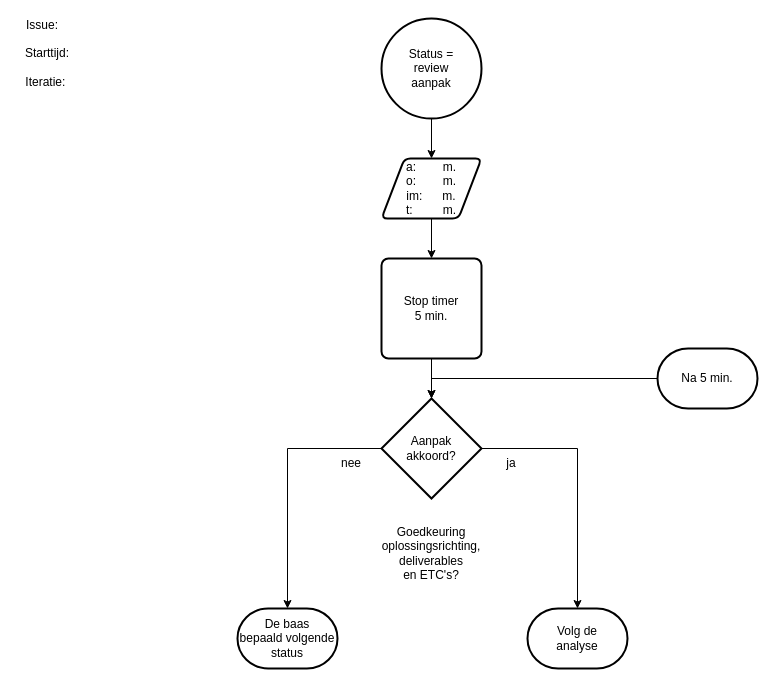
Above: 2 Issue Tracker review aanpak.drawio in Zaibatsu89/IssueTracker (draw.io), before the change. Source tidied: cells renumbered, new cells numbered last; positions are measured from the earlier drawing's top-left corner, leaving out a move shared by most shapes. Both pictures are drawn from the tidied source at 100%, with x=0, y=0 at pixel (17, 18).
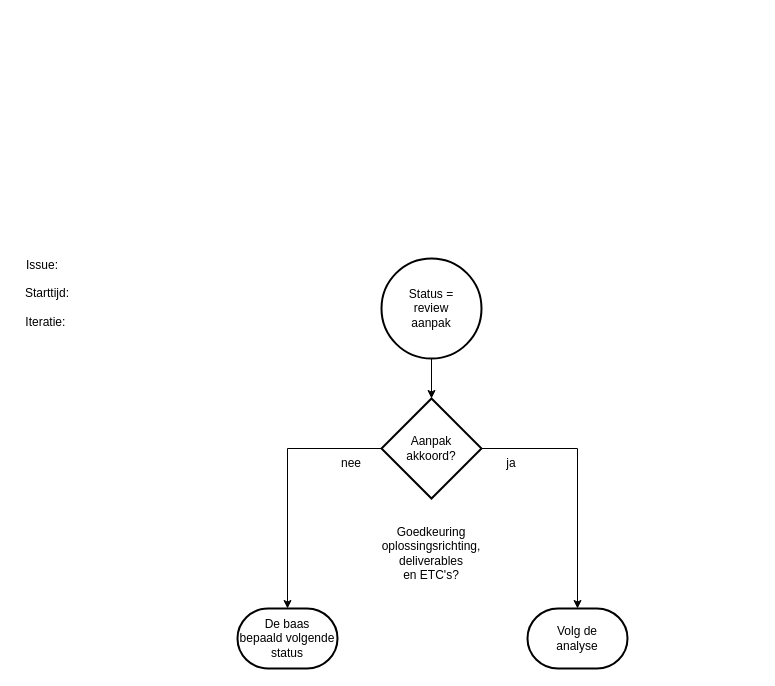
Above is the later version.

Commit message (it also covers changes not shown here):
herstel stop timer bij 4 minuten evaluatie en 2/3, 100%, 150% ETC in intake, analyse, ontwerp, implementatie en test

Change to the diagram source:
```diff
@@
 <mxGraphModel>
   <root>
     <mxCell id="0" />
     <mxCell id="1" parent="0" />
-    <mxCell id="2" style="edgeStyle=orthogonalEdgeStyle;rounded=0;jettySize=auto;html=1;" parent="1" edge="1" source="3" target="17">
-      <mxGeometry relative="1" as="geometry" />
-    </mxCell>
     <mxCell id="3" value="Status =&lt;br&gt;review&lt;br&gt;aanpak" style="strokeWidth=2;html=1;shape=mxgraph.flowchart.start_2;whiteSpace=wrap;" parent="1" vertex="1">
-      <mxGeometry x="364" width="100" height="100" as="geometry" />
+      <mxGeometry x="364" y="240" width="100" height="100" as="geometry" />
     </mxCell>
-    <mxCell id="4" style="edgeStyle=orthogonalEdgeStyle;rounded=0;jettySize=auto;html=1;" parent="1" edge="1" source="5" target="6">
-      <mxGeometry relative="1" as="geometry" />
-    </mxCell>
-    <mxCell id="5" value="Stop timer&lt;br&gt;5 min." style="rounded=1;whiteSpace=wrap;html=1;absoluteArcSize=1;arcSize=14;strokeWidth=2;" parent="1" vertex="1">
-      <mxGeometry x="364" y="240" width="100" height="100" as="geometry" />
-    </mxCell>
     <mxCell id="6" value="Aanpak&lt;br&gt;akkoord?" style="strokeWidth=2;html=1;shape=mxgraph.flowchart.decision;whiteSpace=wrap;" parent="1" vertex="1">
       <mxGeometry x="364" y="380" width="100" height="100" as="geometry" />
     </mxCell>
     <mxCell id="7" value="ja" style="text;html=1;whiteSpace=wrap;strokeColor=none;fillColor=none;align=center;verticalAlign=middle;rounded=0;" parent="1" vertex="1">
       <mxGeometry x="464" y="430" width="60" height="30" as="geometry" />
     </mxCell>
     <mxCell id="8" value="De baas&lt;br&gt;bepaald volgende&lt;br&gt;status" style="strokeWidth=2;html=1;shape=mxgraph.flowchart.terminator;whiteSpace=wrap;" parent="1" vertex="1">
       <mxGeometry x="220" y="590" width="100" height="60" as="geometry" />
     </mxCell>
     <mxCell id="9" value="nee" style="text;html=1;whiteSpace=wrap;strokeColor=none;fillColor=none;align=center;verticalAlign=middle;rounded=0;" parent="1" vertex="1">
       <mxGeometry x="304" y="430" width="60" height="30" as="geometry" />
     </mxCell>
-    <mxCell id="10" value="Na 5 min." style="strokeWidth=2;html=1;shape=mxgraph.flowchart.terminator;whiteSpace=wrap;" parent="1" vertex="1">
-      <mxGeometry x="640" y="330" width="100" height="60" as="geometry" />
-    </mxCell>
-    <mxCell id="11" style="edgeStyle=orthogonalEdgeStyle;rounded=0;jettySize=auto;html=1;exitX=0;exitY=0.5;exitDx=0;exitDy=0;exitPerimeter=0;entryX=0.5;entryY=0;entryDx=0;entryDy=0;entryPerimeter=0;" parent="1" edge="1" source="10" target="6">
-      <mxGeometry relative="1" as="geometry" />
-    </mxCell>
     <mxCell id="12" value="Volg de&lt;br&gt;analyse" style="strokeWidth=2;html=1;shape=mxgraph.flowchart.terminator;whiteSpace=wrap;" parent="1" vertex="1">
       <mxGeometry x="510" y="590" width="100" height="60" as="geometry" />
     </mxCell>
     <mxCell id="13" value="Goedkeuring&lt;br&gt;oplossingsrichting,&lt;br&gt;deliverables&lt;br&gt;en ETC's?" style="text;html=1;whiteSpace=wrap;strokeColor=none;fillColor=none;align=center;verticalAlign=middle;rounded=0;" parent="1" vertex="1">
       <mxGeometry x="384" y="520" width="60" height="30" as="geometry" />
     </mxCell>
     <mxCell id="14" style="edgeStyle=orthogonalEdgeStyle;rounded=0;jettySize=auto;html=1;exitX=0;exitY=0.5;exitDx=0;exitDy=0;exitPerimeter=0;entryX=0.5;entryY=0;entryDx=0;entryDy=0;entryPerimeter=0;" parent="1" edge="1" source="6" target="8">
       <mxGeometry relative="1" as="geometry" />
     </mxCell>
     <mxCell id="15" style="edgeStyle=orthogonalEdgeStyle;rounded=0;jettySize=auto;html=1;exitX=1;exitY=0.5;exitDx=0;exitDy=0;exitPerimeter=0;entryX=0.5;entryY=0;entryDx=0;entryDy=0;entryPerimeter=0;" parent="1" edge="1" source="6" target="12">
       <mxGeometry relative="1" as="geometry" />
     </mxCell>
-    <mxCell id="16" style="edgeStyle=orthogonalEdgeStyle;rounded=0;jettySize=auto;html=1;" parent="1" edge="1" source="17" target="5">
-      <mxGeometry relative="1" as="geometry" />
-    </mxCell>
-    <mxCell id="17" value="a:&amp;nbsp; &amp;nbsp; &amp;nbsp; &amp;nbsp; m.&lt;br&gt;o:&amp;nbsp; &amp;nbsp; &amp;nbsp; &amp;nbsp; m.&lt;br&gt;im:&amp;nbsp; &amp;nbsp; &amp;nbsp; m.&lt;br&gt;t:&amp;nbsp; &amp;nbsp; &amp;nbsp; &amp;nbsp; &amp;nbsp;m." style="shape=parallelogram;html=1;strokeWidth=2;perimeter=parallelogramPerimeter;whiteSpace=wrap;rounded=1;arcSize=12;size=0.23;" parent="1" vertex="1">
-      <mxGeometry x="364" y="140" width="100" height="60" as="geometry" />
-    </mxCell>
     <mxCell id="18" value="Issue:&amp;nbsp; &amp;nbsp;&lt;br&gt;&lt;br&gt;Starttijd:&lt;br&gt;&lt;br&gt;Iteratie:&amp;nbsp;" style="text;html=1;align=center;verticalAlign=middle;whiteSpace=wrap;rounded=0;" parent="1" vertex="1">
-      <mxGeometry y="20" width="60" height="30" as="geometry" />
+      <mxGeometry y="260" width="60" height="30" as="geometry" />
     </mxCell>
+    <mxCell id="19" style="edgeStyle=orthogonalEdgeStyle;rounded=0;jettySize=auto;html=1;exitX=0.5;exitY=1;exitDx=0;exitDy=0;exitPerimeter=0;entryX=0.5;entryY=0;entryDx=0;entryDy=0;entryPerimeter=0;" parent="1" edge="1" source="3" target="6">
+      <mxGeometry relative="1" as="geometry" />
+    </mxCell>
   </root>
 </mxGraphModel>
```
